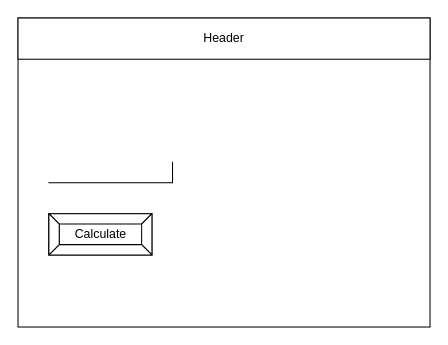
Above: design/story-board.drawio in ashley-monaghan/ICS2OR-Unit-6-03 (draw.io), before the change. Source tidied: cells renumbered, new cells numbered last; positions are measured from the earlier drawing's top-left corner, leaving out a move shared by most shapes. Both pictures are drawn from the tidied source at 103%, with x=0, y=0 at pixel (18, 18).
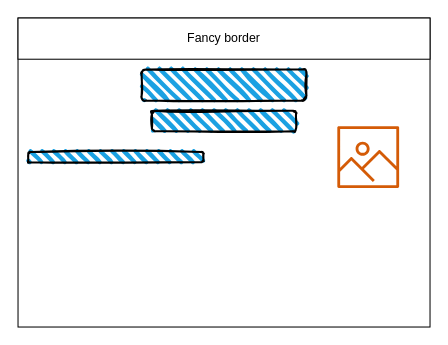
After the change.

What changed in the source:
```diff
@@
 <mxGraphModel>
   <root>
     <mxCell id="0" />
     <mxCell id="1" parent="0" />
     <mxCell id="2" style="rounded=0;whiteSpace=wrap;html=1;" parent="1" vertex="1">
       <mxGeometry width="400" height="300" as="geometry" />
     </mxCell>
-    <mxCell id="3" value="Header" style="rounded=0;whiteSpace=wrap;html=1;" parent="1" vertex="1">
+    <mxCell id="3" value="Fancy border" style="rounded=0;whiteSpace=wrap;html=1;" parent="1" vertex="1">
       <mxGeometry width="400" height="40" as="geometry" />
     </mxCell>
-    <mxCell id="4" style="shape=partialRectangle;whiteSpace=wrap;html=1;top=0;left=0;fillColor=none;" parent="1" vertex="1">
-      <mxGeometry x="30" y="140" width="120" height="20" as="geometry" />
-    </mxCell>
-    <mxCell id="5" value="Calculate" style="labelPosition=center;verticalLabelPosition=middle;align=center;html=1;shape=mxgraph.basic.button;dx=10;" parent="1" vertex="1">
-      <mxGeometry x="30" y="190" width="100" height="40" as="geometry" />
+    <mxCell id="5" style="rounded=1;whiteSpace=wrap;html=1;strokeWidth=2;fillWeight=4;hachureGap=8;hachureAngle=45;fillColor=#1ba1e2;sketch=1;" parent="1" vertex="1">
+      <mxGeometry x="120" y="50" width="160" height="30" as="geometry" />
     </mxCell>
+    <mxCell id="6" style="rounded=1;whiteSpace=wrap;html=1;strokeWidth=2;fillWeight=4;hachureGap=8;hachureAngle=45;fillColor=#1ba1e2;sketch=1;" parent="1" vertex="1">
+      <mxGeometry x="130" y="90" width="140" height="20" as="geometry" />
+    </mxCell>
+    <mxCell id="7" style="rounded=1;whiteSpace=wrap;html=1;strokeWidth=2;fillWeight=4;hachureGap=8;hachureAngle=45;fillColor=#1ba1e2;sketch=1;" parent="1" vertex="1">
+      <mxGeometry x="10" y="130" width="170" height="10" as="geometry" />
+    </mxCell>
+    <mxCell id="8" style="sketch=0;fontColor=#232F3E;gradientColor=none;fillColor=#D45B07;strokeColor=none;dashed=0;verticalLabelPosition=bottom;verticalAlign=top;align=center;html=1;fontSize=12;fontStyle=0;shape=mxgraph.aws4.container_registry_image;" parent="1" vertex="1">
+      <mxGeometry x="310" y="105" width="60" height="60" as="geometry" />
+    </mxCell>
   </root>
 </mxGraphModel>
```
